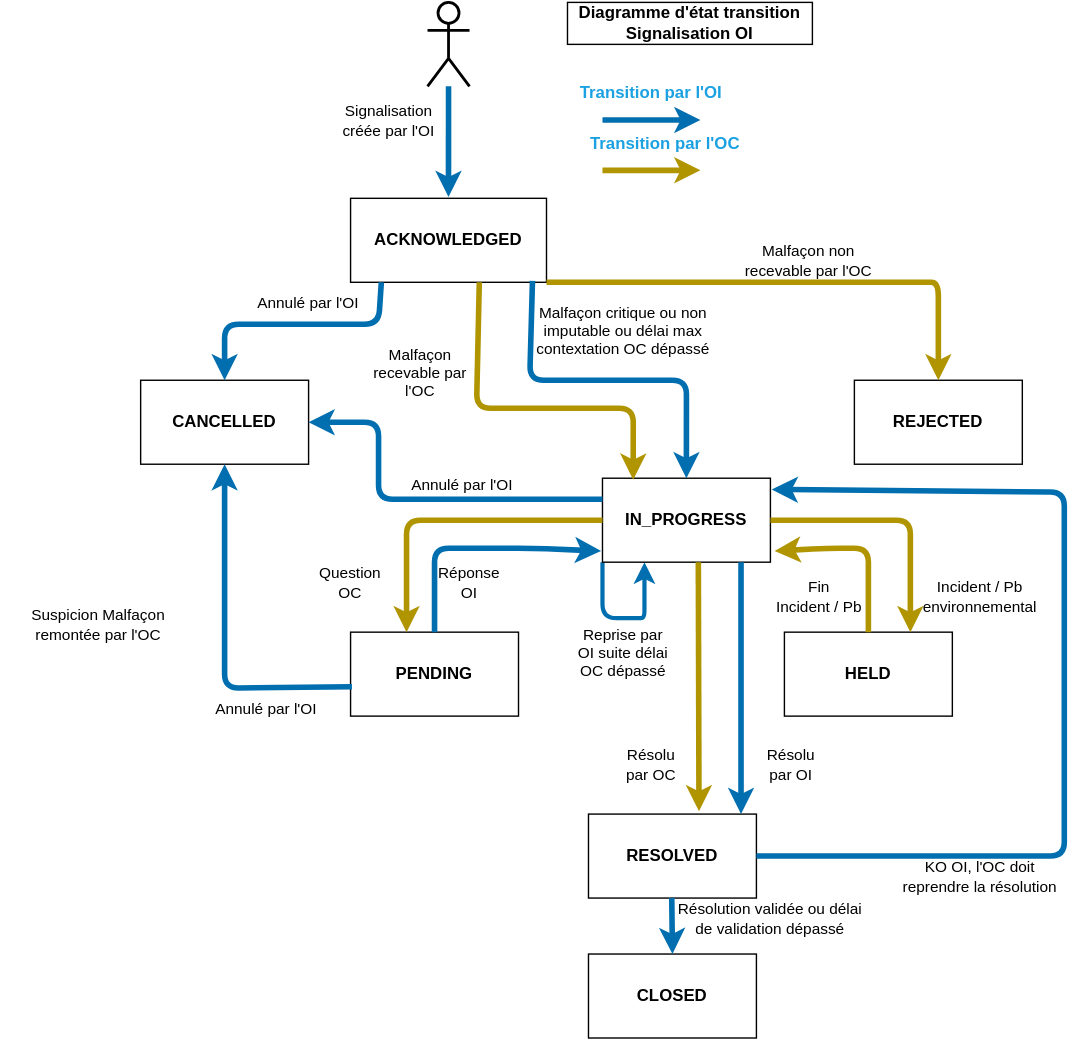
Earlier version of the draw.io export statusOiOcImput.drawio.svg (before-interop/malfacon). Source tidied: cells renumbered, new cells last; positions are measured from the earlier drawing's top-left corner, leaving out a move shared by most shapes.
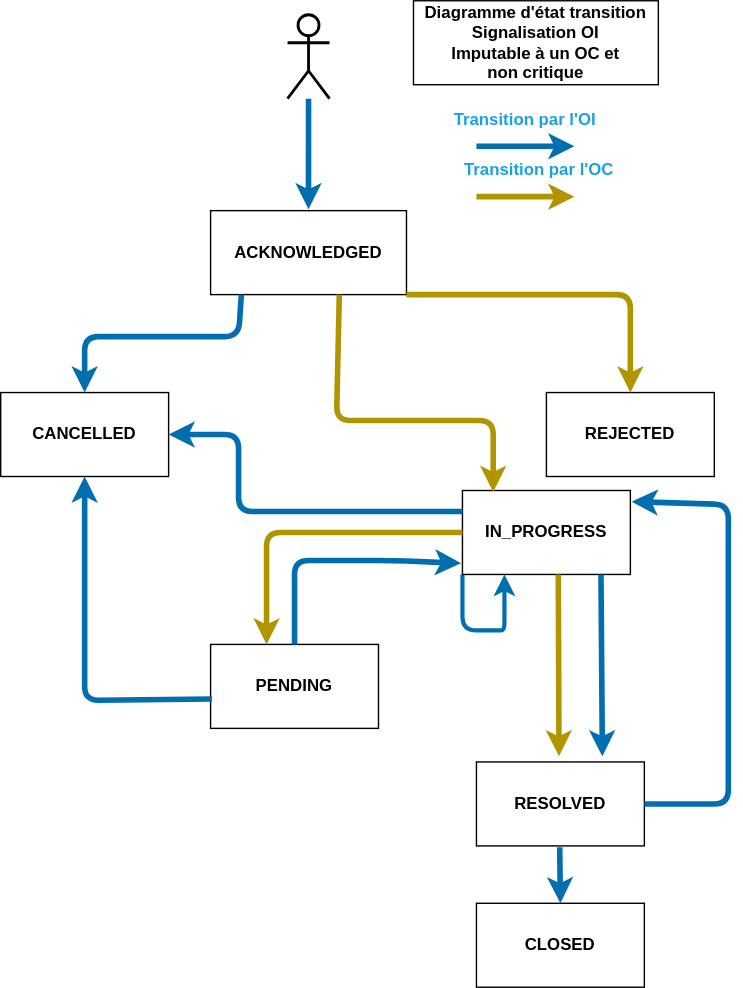
Later version of the same file.

Change to the diagram source:
```diff
@@ -22,10 +22,10 @@
       <mxGeometry x="250" y="450" width="120" height="60" as="geometry" />
     </mxCell>
     <mxCell id="6" value="&lt;b&gt;RESOLVED&lt;/b&gt;" style="rounded=0;whiteSpace=wrap;html=1;" parent="1" vertex="1">
-      <mxGeometry x="420" y="580" width="120" height="60" as="geometry" />
+      <mxGeometry x="440" y="534" width="120" height="60" as="geometry" />
     </mxCell>
     <mxCell id="7" value="&lt;b&gt;CLOSED&lt;/b&gt;" style="rounded=0;whiteSpace=wrap;html=1;" parent="1" vertex="1">
-      <mxGeometry x="420" y="680" width="120" height="60" as="geometry" />
+      <mxGeometry x="440" y="635" width="120" height="60" as="geometry" />
     </mxCell>
     <mxCell id="8" style="shape=umlActor;verticalLabelPosition=bottom;verticalAlign=top;html=1;fontColor=#1BA1E2;fontStyle=0;strokeWidth=2;" parent="1" vertex="1">
       <mxGeometry x="305" width="30" height="60" as="geometry" />
@@ -39,9 +39,6 @@
         </Array>
       </mxGeometry>
     </mxCell>
-    <mxCell id="10" value="&lt;b&gt;HELD&lt;/b&gt;" style="rounded=0;whiteSpace=wrap;html=1;" parent="1" vertex="1">
-      <mxGeometry x="560" y="450" width="120" height="60" as="geometry" />
-    </mxCell>
     <mxCell id="11" style="edgeStyle=none;html=1;fillColor=#e3c800;strokeColor=#B09500;strokeWidth=4;exitX=0;exitY=0.5;exitDx=0;exitDy=0;" parent="1" edge="1" source="4">
       <mxGeometry relative="1" as="geometry">
         <mxPoint x="290" y="450" as="targetPoint" />
@@ -58,98 +55,37 @@
         </Array>
       </mxGeometry>
     </mxCell>
-    <mxCell id="13" style="edgeStyle=none;html=1;fillColor=#e3c800;strokeColor=#B09500;strokeWidth=4;entryX=0.75;entryY=0;entryDx=0;entryDy=0;exitX=1;exitY=0.5;exitDx=0;exitDy=0;" parent="1" edge="1" source="4" target="10">
-      <mxGeometry relative="1" as="geometry">
-        <Array as="points">
-          <mxPoint x="600" y="370" />
-          <mxPoint x="650" y="370" />
-        </Array>
-      </mxGeometry>
-    </mxCell>
-    <mxCell id="14" style="edgeStyle=none;html=1;fillColor=#e3c800;strokeColor=#B09500;strokeWidth=4;entryX=1.025;entryY=0.867;entryDx=0;entryDy=0;exitX=0.5;exitY=0;exitDx=0;exitDy=0;entryPerimeter=0;" parent="1" edge="1" source="10" target="4">
-      <mxGeometry relative="1" as="geometry">
-        <Array as="points">
-          <mxPoint x="620" y="390" />
-          <mxPoint x="590" y="390" />
-        </Array>
-      </mxGeometry>
-    </mxCell>
-    <mxCell id="15" style="edgeStyle=none;html=1;entryX=0.658;entryY=-0.033;entryDx=0;entryDy=0;strokeWidth=4;fontColor=#1BA1E2;fillColor=#e3c800;strokeColor=#B09500;entryPerimeter=0;" parent="1" edge="1" target="6">
+    <mxCell id="15" style="edgeStyle=none;html=1;strokeWidth=4;fontColor=#1BA1E2;fillColor=#e3c800;strokeColor=#B09500;" parent="1" edge="1">
       <mxGeometry relative="1" as="geometry">
         <mxPoint x="498.5" y="400" as="sourcePoint" />
+        <mxPoint x="499" y="530" as="targetPoint" />
       </mxGeometry>
     </mxCell>
     <mxCell id="16" style="edgeStyle=none;html=1;strokeWidth=4;fontColor=#1BA1E2;fillColor=#1ba1e2;strokeColor=#006EAF;" parent="1" edge="1">
       <mxGeometry relative="1" as="geometry">
         <mxPoint x="529" y="400" as="sourcePoint" />
-        <mxPoint x="529" y="580" as="targetPoint" />
+        <mxPoint x="530" y="530" as="targetPoint" />
       </mxGeometry>
     </mxCell>
-    <mxCell id="17" style="edgeStyle=none;html=1;entryX=1.008;entryY=0.133;entryDx=0;entryDy=0;fillColor=#1ba1e2;strokeColor=#006EAF;strokeWidth=4;entryPerimeter=0;" parent="1" edge="1" target="4">
+    <mxCell id="17" style="edgeStyle=none;html=1;entryX=1.008;entryY=0.133;entryDx=0;entryDy=0;fillColor=#1ba1e2;strokeColor=#006EAF;strokeWidth=4;entryPerimeter=0;exitX=1;exitY=0.5;exitDx=0;exitDy=0;" parent="1" edge="1" source="6" target="4">
       <mxGeometry relative="1" as="geometry">
-        <mxPoint x="540" y="610" as="sourcePoint" />
         <Array as="points">
-          <mxPoint x="760" y="610" />
-          <mxPoint x="760" y="480" />
-          <mxPoint x="760" y="410" />
-          <mxPoint x="760" y="350" />
+          <mxPoint x="620" y="564" />
+          <mxPoint x="620" y="480" />
+          <mxPoint x="620" y="390" />
+          <mxPoint x="620" y="350" />
         </Array>
       </mxGeometry>
     </mxCell>
-    <mxCell id="18" value="Suspicion Malfaçon remontée par l'OC" style="text;html=1;strokeColor=none;fillColor=none;align=center;verticalAlign=middle;whiteSpace=wrap;rounded=0;fontSize=11;" parent="1" vertex="1">
-      <mxGeometry y="430" width="140" height="30" as="geometry" />
-    </mxCell>
-    <mxCell id="19" value="Malfaçon recevable par l'OC" style="text;html=1;strokeColor=none;fillColor=none;align=center;verticalAlign=middle;whiteSpace=wrap;rounded=0;fontSize=11;" parent="1" vertex="1">
-      <mxGeometry x="260" y="250" width="80" height="30" as="geometry" />
-    </mxCell>
-    <mxCell id="20" value="Malfaçon critique ou non imputable ou délai max contextation OC dépassé" style="text;html=1;strokeColor=none;fillColor=none;align=center;verticalAlign=middle;whiteSpace=wrap;rounded=0;fontSize=11;" parent="1" vertex="1">
-      <mxGeometry x="380" y="220" width="130" height="30" as="geometry" />
-    </mxCell>
-    <mxCell id="21" value="Incident / Pb environnemental" style="text;html=1;strokeColor=none;fillColor=none;align=center;verticalAlign=middle;whiteSpace=wrap;rounded=0;fontSize=11;" parent="1" vertex="1">
-      <mxGeometry x="650" y="410" width="100" height="30" as="geometry" />
-    </mxCell>
-    <mxCell id="22" value="Fin&lt;br&gt;&amp;nbsp;Incident /&amp;nbsp;Pb" style="text;html=1;strokeColor=none;fillColor=none;align=center;verticalAlign=middle;whiteSpace=wrap;rounded=0;fontSize=11;" parent="1" vertex="1">
-      <mxGeometry x="550" y="410" width="70" height="30" as="geometry" />
-    </mxCell>
-    <mxCell id="23" value="Question OC" style="text;html=1;strokeColor=none;fillColor=none;align=center;verticalAlign=middle;whiteSpace=wrap;rounded=0;fontSize=11;" parent="1" vertex="1">
-      <mxGeometry x="220" y="400" width="60" height="30" as="geometry" />
-    </mxCell>
-    <mxCell id="24" value="Réponse OI" style="text;html=1;strokeColor=none;fillColor=none;align=center;verticalAlign=middle;whiteSpace=wrap;rounded=0;fontSize=11;" parent="1" vertex="1">
-      <mxGeometry x="305" y="400" width="60" height="30" as="geometry" />
-    </mxCell>
-    <mxCell id="25" value="Reprise par OI suite délai OC dépassé" style="text;html=1;strokeColor=none;fillColor=none;align=center;verticalAlign=middle;whiteSpace=wrap;rounded=0;fontSize=11;" parent="1" vertex="1">
-      <mxGeometry x="410" y="450" width="70" height="30" as="geometry" />
-    </mxCell>
-    <mxCell id="26" value="Résolu par OC" style="text;html=1;strokeColor=none;fillColor=none;align=center;verticalAlign=middle;whiteSpace=wrap;rounded=0;fontSize=11;" parent="1" vertex="1">
-      <mxGeometry x="440" y="530" width="50" height="30" as="geometry" />
-    </mxCell>
-    <mxCell id="27" value="Résolu par OI" style="text;html=1;strokeColor=none;fillColor=none;align=center;verticalAlign=middle;whiteSpace=wrap;rounded=0;fontSize=11;" parent="1" vertex="1">
-      <mxGeometry x="540" y="530" width="50" height="30" as="geometry" />
-    </mxCell>
     <mxCell id="28" style="edgeStyle=none;html=1;strokeWidth=4;fontColor=#1BA1E2;fillColor=#1ba1e2;strokeColor=#006EAF;" parent="1" edge="1">
       <mxGeometry relative="1" as="geometry">
-        <mxPoint x="479.5" y="640" as="sourcePoint" />
-        <mxPoint x="480" y="680" as="targetPoint" />
+        <mxPoint x="499.5" y="595" as="sourcePoint" />
+        <mxPoint x="500" y="635" as="targetPoint" />
       </mxGeometry>
     </mxCell>
-    <mxCell id="29" value="KO OI, l'OC doit reprendre la résolution" style="text;html=1;strokeColor=none;fillColor=none;align=center;verticalAlign=middle;whiteSpace=wrap;rounded=0;fontSize=11;" parent="1" vertex="1">
-      <mxGeometry x="635" y="610" width="130" height="30" as="geometry" />
-    </mxCell>
     <mxCell id="30" value="&lt;b&gt;CANCELLED&lt;/b&gt;" style="rounded=0;whiteSpace=wrap;html=1;" parent="1" vertex="1">
       <mxGeometry x="100" y="270" width="120" height="60" as="geometry" />
     </mxCell>
-    <mxCell id="31" style="edgeStyle=none;html=1;entryX=0.183;entryY=0.017;entryDx=0;entryDy=0;fillColor=#1ba1e2;strokeColor=#006EAF;strokeWidth=4;exitX=0.657;exitY=1;exitDx=0;exitDy=0;entryPerimeter=0;exitPerimeter=0;" parent="1" edge="1">
-      <mxGeometry relative="1" as="geometry">
-        <mxPoint x="380" y="199" as="sourcePoint" />
-        <mxPoint x="490" y="340" as="targetPoint" />
-        <Array as="points">
-          <mxPoint x="378" y="270" />
-          <mxPoint x="410" y="270" />
-          <mxPoint x="460" y="270" />
-          <mxPoint x="490" y="270" />
-        </Array>
-      </mxGeometry>
-    </mxCell>
     <mxCell id="32" style="edgeStyle=none;html=1;entryX=0.5;entryY=0;entryDx=0;entryDy=0;fillColor=#1ba1e2;strokeColor=#006EAF;strokeWidth=4;exitX=0.157;exitY=1;exitDx=0;exitDy=0;exitPerimeter=0;" parent="1" edge="1" source="2" target="30">
       <mxGeometry relative="1" as="geometry">
         <Array as="points">
@@ -159,9 +95,6 @@
         </Array>
       </mxGeometry>
     </mxCell>
-    <mxCell id="33" value="Annulé par l'OI" style="text;html=1;strokeColor=none;fillColor=none;align=center;verticalAlign=middle;whiteSpace=wrap;rounded=0;fontSize=11;" parent="1" vertex="1">
-      <mxGeometry x="170" y="200" width="100" height="30" as="geometry" />
-    </mxCell>
     <mxCell id="34" style="edgeStyle=none;html=1;fillColor=#1ba1e2;strokeColor=#006EAF;strokeWidth=4;exitX=0.008;exitY=0.65;exitDx=0;exitDy=0;entryX=0.5;entryY=1;entryDx=0;entryDy=0;exitPerimeter=0;" parent="1" edge="1" source="5" target="30">
       <mxGeometry relative="1" as="geometry">
         <Array as="points">
@@ -169,9 +102,6 @@
         </Array>
       </mxGeometry>
     </mxCell>
-    <mxCell id="35" value="Annulé par l'OI" style="text;html=1;strokeColor=none;fillColor=none;align=center;verticalAlign=middle;whiteSpace=wrap;rounded=0;fontSize=11;" parent="1" vertex="1">
-      <mxGeometry x="140" y="490" width="100" height="30" as="geometry" />
-    </mxCell>
     <mxCell id="36" style="edgeStyle=none;html=1;fillColor=#1ba1e2;strokeColor=#006EAF;strokeWidth=4;exitX=0;exitY=0.25;exitDx=0;exitDy=0;entryX=1;entryY=0.5;entryDx=0;entryDy=0;" parent="1" edge="1" source="4" target="30">
       <mxGeometry relative="1" as="geometry">
         <Array as="points">
@@ -180,56 +110,43 @@
         </Array>
       </mxGeometry>
     </mxCell>
-    <mxCell id="37" value="Annulé par l'OI" style="text;html=1;strokeColor=none;fillColor=none;align=center;verticalAlign=middle;whiteSpace=wrap;rounded=0;fontSize=11;" parent="1" vertex="1">
-      <mxGeometry x="280" y="330" width="100" height="30" as="geometry" />
-    </mxCell>
     <mxCell id="38" value="&lt;b&gt;REJECTED&lt;/b&gt;" style="rounded=0;whiteSpace=wrap;html=1;" parent="1" vertex="1">
-      <mxGeometry x="610" y="270" width="120" height="60" as="geometry" />
+      <mxGeometry x="490" y="270" width="120" height="60" as="geometry" />
     </mxCell>
     <mxCell id="39" style="edgeStyle=none;html=1;fillColor=#e3c800;strokeColor=#B09500;strokeWidth=4;entryX=0.5;entryY=0;entryDx=0;entryDy=0;exitX=1;exitY=1;exitDx=0;exitDy=0;" parent="1" edge="1" source="2" target="38">
       <mxGeometry relative="1" as="geometry">
         <Array as="points">
-          <mxPoint x="650" y="200" />
-          <mxPoint x="670" y="200" />
+          <mxPoint x="550" y="200" />
         </Array>
       </mxGeometry>
     </mxCell>
-    <mxCell id="40" value="Malfaçon non recevable par l'OC" style="text;html=1;strokeColor=none;fillColor=none;align=center;verticalAlign=middle;whiteSpace=wrap;rounded=0;fontSize=11;" parent="1" vertex="1">
-      <mxGeometry x="520" y="170" width="115" height="30" as="geometry" />
-    </mxCell>
-    <mxCell id="41" value="Résolution validée ou délai de validation dépassé" style="text;html=1;strokeColor=none;fillColor=none;align=center;verticalAlign=middle;whiteSpace=wrap;rounded=0;fontSize=11;" parent="1" vertex="1">
-      <mxGeometry x="480" y="640" width="140" height="30" as="geometry" />
-    </mxCell>
     <mxCell id="42" style="endArrow=classic;html=1;strokeWidth=4;fillColor=#1ba1e2;strokeColor=#006EAF;entryX=0.607;entryY=-0.017;entryDx=0;entryDy=0;entryPerimeter=0;" parent="1" edge="1">
       <mxGeometry relative="1" as="geometry">
         <mxPoint x="320" y="60" as="sourcePoint" />
         <mxPoint x="320" y="139" as="targetPoint" />
       </mxGeometry>
     </mxCell>
-    <mxCell id="43" value="Signalisation&lt;br&gt;créée par l'OI" style="text;html=1;strokeColor=none;fillColor=none;align=center;verticalAlign=middle;whiteSpace=wrap;rounded=0;fontSize=11;" parent="1" vertex="1">
-      <mxGeometry x="220" y="70" width="115" height="30" as="geometry" />
-    </mxCell>
-    <mxCell id="44" value="&lt;b&gt;&lt;font style=&quot;font-size: 12px;&quot;&gt;Diagramme d'état transition Signalisation OI&lt;/font&gt;&lt;/b&gt;" style="text;html=1;strokeColor=black;fillColor=none;align=center;verticalAlign=middle;whiteSpace=wrap;rounded=0;fontSize=11;" parent="1" vertex="1">
-      <mxGeometry x="405" width="175" height="30" as="geometry" />
+    <mxCell id="44" value="&lt;b&gt;&lt;font style=&quot;font-size: 12px;&quot;&gt;Diagramme d'état transition Signalisation OI &lt;br&gt;Imputable à un OC et &lt;br&gt;non critique&lt;/font&gt;&lt;/b&gt;" style="text;html=1;strokeColor=black;fillColor=none;align=center;verticalAlign=middle;whiteSpace=wrap;rounded=0;fontSize=11;" parent="1" vertex="1">
+      <mxGeometry x="395" y="-10" width="175" height="60" as="geometry" />
     </mxCell>
     <mxCell id="45" style="endArrow=classic;html=1;strokeWidth=4;fillColor=#1ba1e2;strokeColor=#006EAF;" parent="1" edge="1">
       <mxGeometry relative="1" as="geometry">
-        <mxPoint x="430" y="84" as="sourcePoint" />
-        <mxPoint x="500" y="84" as="targetPoint" />
+        <mxPoint x="440" y="94" as="sourcePoint" />
+        <mxPoint x="510" y="94" as="targetPoint" />
       </mxGeometry>
     </mxCell>
     <mxCell id="46" value="&lt;b&gt;Transition par l'OI&lt;/b&gt;" style="text;html=1;strokeColor=none;fillColor=none;align=center;verticalAlign=middle;whiteSpace=wrap;rounded=0;fontColor=#1BA1E2;" parent="1" vertex="1">
-      <mxGeometry x="410" y="50" width="110" height="30" as="geometry" />
+      <mxGeometry x="420" y="60" width="110" height="30" as="geometry" />
     </mxCell>
     <mxCell id="47" value="&lt;b&gt;Transition par l'OC&lt;/b&gt;" style="text;html=1;strokeColor=none;fillColor=none;align=center;verticalAlign=middle;whiteSpace=wrap;rounded=0;fontColor=#1BA1E2;" parent="1" vertex="1">
-      <mxGeometry x="420" y="86" width="110" height="30" as="geometry" />
+      <mxGeometry x="430" y="96" width="110" height="30" as="geometry" />
     </mxCell>
     <mxCell id="48" style="edgeStyle=none;html=1;strokeWidth=4;fontColor=#1BA1E2;fillColor=#e3c800;strokeColor=#B09500;" parent="1" edge="1">
       <mxGeometry relative="1" as="geometry">
-        <mxPoint x="430" y="120" as="sourcePoint" />
-        <mxPoint x="500" y="120" as="targetPoint" />
+        <mxPoint x="440" y="130" as="sourcePoint" />
+        <mxPoint x="510" y="130" as="targetPoint" />
         <Array as="points">
-          <mxPoint x="490" y="120" />
+          <mxPoint x="500" y="130" />
         </Array>
       </mxGeometry>
     </mxCell>
```
